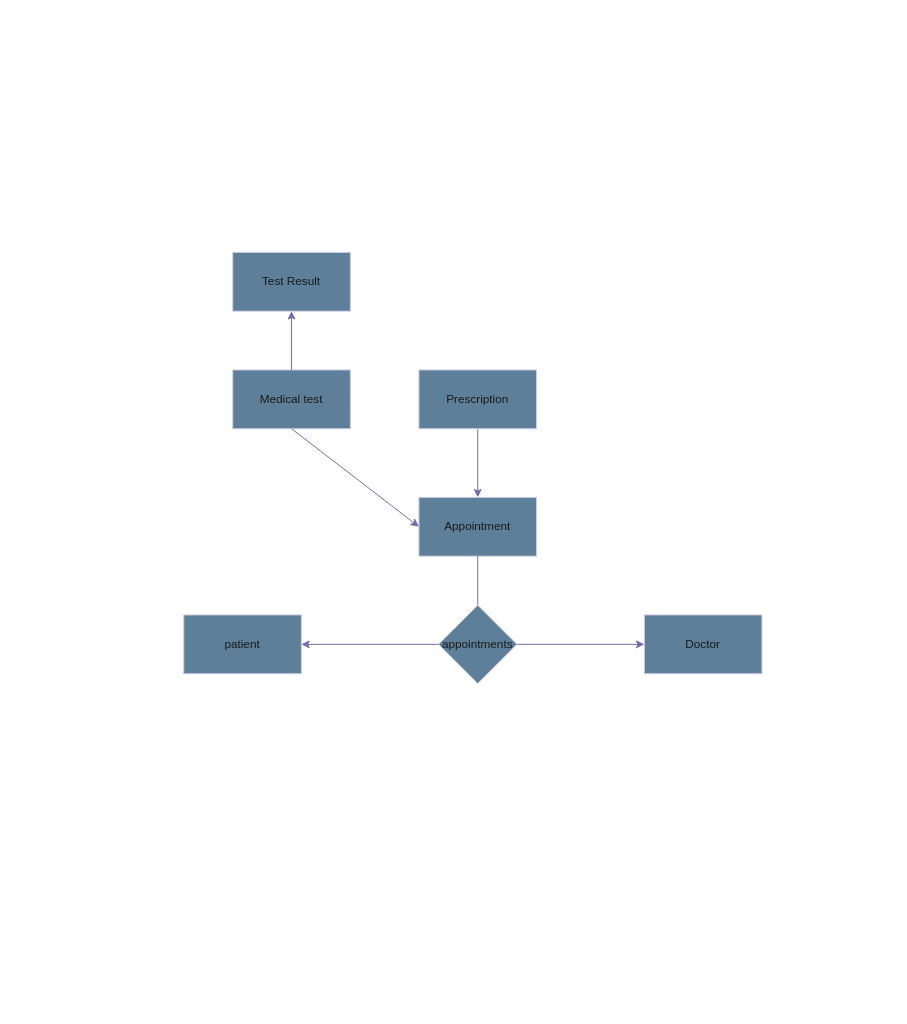
StianVR/DAT220 keeps this draw.io diagram as page "1.2" (2 of 3) of Untitled Diagram.drawio. Above is the earlier version. Source tidied: cells renumbered, new cells numbered last; positions are measured from the earlier drawing's top-left corner, leaving out a move shared by most shapes. Both pictures are drawn from the tidied source at 98%, with x=0, y=0 at pixel (183, 252).
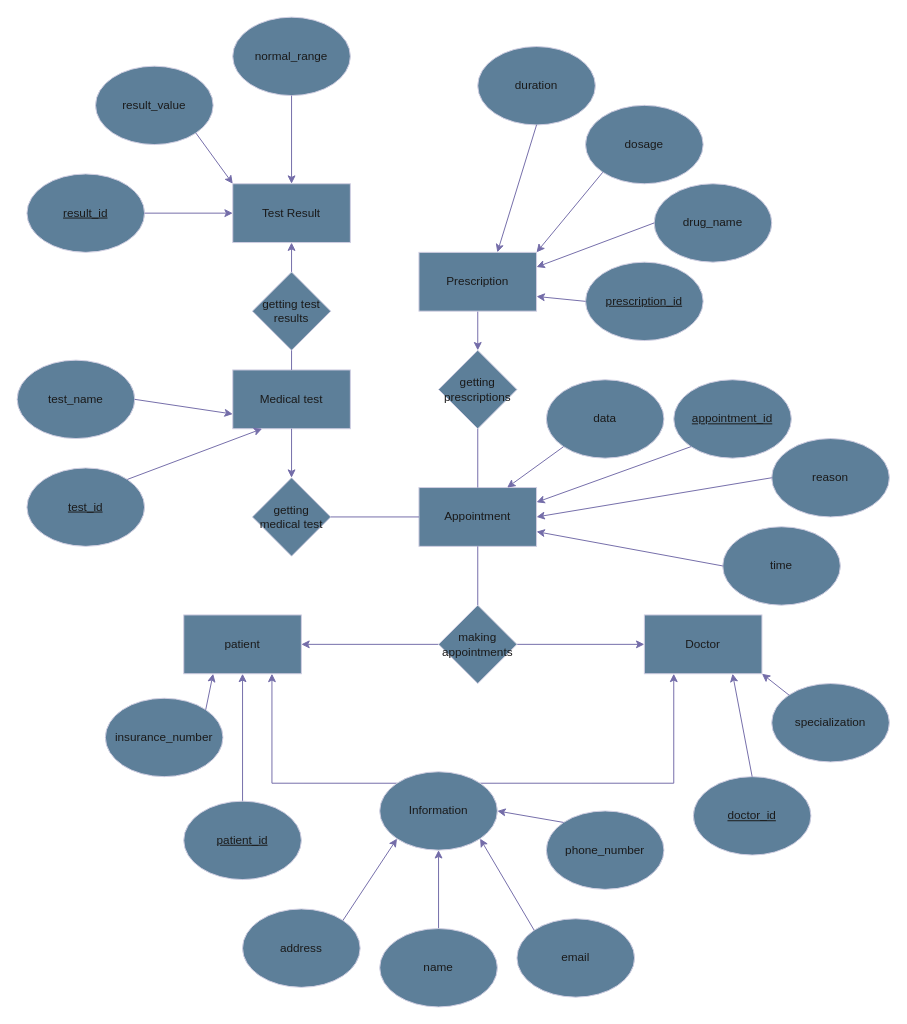
After the change.

The change refers to these unchanged cells:
```xml
<mxCell id="2" value="patient" style="rounded=0;whiteSpace=wrap;html=1;labelBackgroundColor=none;fillColor=#5D7F99;strokeColor=#D0CEE2;fontColor=#1A1A1A;" parent="1" vertex="1">
  <mxGeometry y="370" width="120" height="60" as="geometry" />
</mxCell>
<mxCell id="3" value="Doctor" style="rounded=0;whiteSpace=wrap;html=1;labelBackgroundColor=none;fillColor=#5D7F99;strokeColor=#D0CEE2;fontColor=#1A1A1A;" parent="1" vertex="1">
  <mxGeometry x="470" y="370" width="120" height="60" as="geometry" />
</mxCell>
<mxCell id="5" value="Medical test" style="rounded=0;whiteSpace=wrap;html=1;labelBackgroundColor=none;fillColor=#5D7F99;strokeColor=#D0CEE2;fontColor=#1A1A1A;" parent="1" vertex="1">
  <mxGeometry x="50" y="120" width="120" height="60" as="geometry" />
</mxCell>
```

The edit, as a diff of the source:
```diff
@@
     <mxCell id="4" value="Appointment" style="rounded=0;whiteSpace=wrap;html=1;labelBackgroundColor=none;fillColor=#5D7F99;strokeColor=#D0CEE2;fontColor=#1A1A1A;" parent="1" vertex="1">
-      <mxGeometry x="240" y="250" width="120" height="60" as="geometry" />
+      <mxGeometry x="240" y="240" width="120" height="60" as="geometry" />
     </mxCell>
@@
     <mxCell id="6" value="Test Result" style="rounded=0;whiteSpace=wrap;html=1;labelBackgroundColor=none;fillColor=#5D7F99;strokeColor=#D0CEE2;fontColor=#1A1A1A;" parent="1" vertex="1">
-      <mxGeometry x="50" width="120" height="60" as="geometry" />
+      <mxGeometry x="50" y="-70" width="120" height="60" as="geometry" />
     </mxCell>
-    <mxCell id="7" style="edgeStyle=orthogonalEdgeStyle;rounded=0;jettySize=auto;html=1;strokeColor=#736CA8;fontColor=#1A1A1A;entryX=0.5;entryY=0;entryDx=0;entryDy=0;" parent="1" edge="1" source="8" target="4">
+    <mxCell id="7" style="edgeStyle=orthogonalEdgeStyle;rounded=0;jettySize=auto;html=1;strokeColor=#736CA8;fontColor=#1A1A1A;entryX=0.5;entryY=0;entryDx=0;entryDy=0;" parent="1" edge="1" source="8" target="15">
       <mxGeometry relative="1" as="geometry" />
     </mxCell>
     <mxCell id="8" value="Prescription" style="rounded=0;whiteSpace=wrap;html=1;labelBackgroundColor=none;fillColor=#5D7F99;strokeColor=#D0CEE2;fontColor=#1A1A1A;" parent="1" vertex="1">
-      <mxGeometry x="240" y="120" width="120" height="60" as="geometry" />
+      <mxGeometry x="240" width="120" height="60" as="geometry" />
     </mxCell>
@@
-    <mxCell id="11" value="appointments" style="rhombus;whiteSpace=wrap;html=1;labelBackgroundColor=none;fillColor=#5D7F99;strokeColor=#D0CEE2;fontColor=#1A1A1A;" parent="1" vertex="1">
+    <mxCell id="11" value="making&lt;br&gt;appointments" style="rhombus;whiteSpace=wrap;html=1;labelBackgroundColor=none;fillColor=#5D7F99;strokeColor=#D0CEE2;fontColor=#1A1A1A;" parent="1" vertex="1">
       <mxGeometry x="260" y="360" width="80" height="80" as="geometry" />
     </mxCell>
@@
-    <mxCell id="13" style="endArrow=classic;html=1;rounded=0;strokeColor=#736CA8;fontColor=#1A1A1A;exitX=0.5;exitY=1;exitDx=0;exitDy=0;entryX=0;entryY=0.5;entryDx=0;entryDy=0;" parent="1" edge="1" source="5" target="4">
+    <mxCell id="13" style="endArrow=classic;html=1;rounded=0;strokeColor=#736CA8;fontColor=#1A1A1A;exitX=0.5;exitY=1;exitDx=0;exitDy=0;entryX=0.5;entryY=0;entryDx=0;entryDy=0;" parent="1" edge="1" source="5" target="17">
       <mxGeometry relative="1" as="geometry" />
     </mxCell>
-    <mxCell id="14" style="endArrow=classic;html=1;rounded=0;strokeColor=#736CA8;fontColor=#1A1A1A;exitX=0.5;exitY=0;exitDx=0;exitDy=0;entryX=0.5;entryY=1;entryDx=0;entryDy=0;" parent="1" edge="1" source="5" target="6">
-      <mxGeometry relative="1" as="geometry" />
-    </mxCell>
+    <mxCell id="15" value="getting prescriptions" style="rhombus;whiteSpace=wrap;html=1;strokeColor=#D0CEE2;fontColor=#1A1A1A;fillColor=#5D7F99;" parent="1" vertex="1">
+      <mxGeometry x="260" y="100" width="80" height="80" as="geometry" />
+    </mxCell>
+    <mxCell id="16" style="endArrow=none;html=1;rounded=0;strokeColor=#736CA8;fontColor=#1A1A1A;exitX=0.5;exitY=0;exitDx=0;exitDy=0;entryX=0.5;entryY=1;entryDx=0;entryDy=0;" parent="1" edge="1" source="4" target="15">
+      <mxGeometry relative="1" as="geometry" />
+    </mxCell>
+    <mxCell id="17" value="getting medical test" style="rhombus;whiteSpace=wrap;html=1;strokeColor=#D0CEE2;fontColor=#1A1A1A;fillColor=#5D7F99;" parent="1" vertex="1">
+      <mxGeometry x="70" y="230" width="80" height="80" as="geometry" />
+    </mxCell>
+    <mxCell id="18" style="endArrow=none;html=1;rounded=0;strokeColor=#736CA8;fontColor=#1A1A1A;exitX=1;exitY=0.5;exitDx=0;exitDy=0;entryX=0;entryY=0.5;entryDx=0;entryDy=0;" parent="1" edge="1" source="17" target="4">
+      <mxGeometry relative="1" as="geometry" />
+    </mxCell>
+    <mxCell id="19" style="edgeStyle=orthogonalEdgeStyle;rounded=0;jettySize=auto;html=1;exitX=0.5;exitY=0;exitDx=0;exitDy=0;entryX=0.5;entryY=1;entryDx=0;entryDy=0;strokeColor=#736CA8;fontColor=#1A1A1A;" parent="1" edge="1" source="20" target="6">
+      <mxGeometry relative="1" as="geometry" />
+    </mxCell>
+    <mxCell id="20" value="getting test results" style="rhombus;whiteSpace=wrap;html=1;strokeColor=#D0CEE2;fontColor=#1A1A1A;fillColor=#5D7F99;" parent="1" vertex="1">
+      <mxGeometry x="70" y="20" width="80" height="80" as="geometry" />
+    </mxCell>
+    <mxCell id="21" style="endArrow=none;html=1;rounded=0;strokeColor=#736CA8;fontColor=#1A1A1A;exitX=0.5;exitY=0;exitDx=0;exitDy=0;entryX=0.5;entryY=1;entryDx=0;entryDy=0;" parent="1" edge="1" source="5" target="20">
+      <mxGeometry relative="1" as="geometry" />
+    </mxCell>
+    <mxCell id="22" style="edgeStyle=orthogonalEdgeStyle;rounded=0;jettySize=auto;html=1;exitX=0.5;exitY=0;exitDx=0;exitDy=0;entryX=0.5;entryY=1;entryDx=0;entryDy=0;strokeColor=#736CA8;fontColor=#1A1A1A;" parent="1" edge="1" source="23" target="2">
+      <mxGeometry relative="1" as="geometry" />
+    </mxCell>
+    <mxCell id="23" value="&lt;u&gt;patient_id&lt;/u&gt;" style="ellipse;whiteSpace=wrap;html=1;strokeColor=#D0CEE2;fontColor=#1A1A1A;fillColor=#5D7F99;" parent="1" vertex="1">
+      <mxGeometry y="560" width="120" height="80" as="geometry" />
+    </mxCell>
+    <mxCell id="24" style="edgeStyle=orthogonalEdgeStyle;rounded=0;jettySize=auto;html=1;strokeColor=#736CA8;fontColor=#1A1A1A;" parent="1" edge="1" source="25" target="28">
+      <mxGeometry relative="1" as="geometry" />
+    </mxCell>
+    <mxCell id="25" value="name" style="ellipse;whiteSpace=wrap;html=1;strokeColor=#D0CEE2;fontColor=#1A1A1A;fillColor=#5D7F99;" parent="1" vertex="1">
+      <mxGeometry x="200" y="690" width="120" height="80" as="geometry" />
+    </mxCell>
+    <mxCell id="26" style="edgeStyle=orthogonalEdgeStyle;rounded=0;jettySize=auto;html=1;exitX=0;exitY=0;exitDx=0;exitDy=0;entryX=0.75;entryY=1;entryDx=0;entryDy=0;strokeColor=#736CA8;fontColor=#1A1A1A;" parent="1" edge="1" source="28" target="2">
+      <mxGeometry relative="1" as="geometry" />
+    </mxCell>
+    <mxCell id="27" style="edgeStyle=orthogonalEdgeStyle;rounded=0;jettySize=auto;html=1;exitX=1;exitY=0;exitDx=0;exitDy=0;entryX=0.25;entryY=1;entryDx=0;entryDy=0;strokeColor=#736CA8;fontColor=#1A1A1A;" parent="1" edge="1" source="28" target="3">
+      <mxGeometry relative="1" as="geometry" />
+    </mxCell>
+    <mxCell id="28" value="Information" style="ellipse;whiteSpace=wrap;html=1;strokeColor=#D0CEE2;fontColor=#1A1A1A;fillColor=#5D7F99;" parent="1" vertex="1">
+      <mxGeometry x="200" y="530" width="120" height="80" as="geometry" />
+    </mxCell>
+    <mxCell id="29" value="address" style="ellipse;whiteSpace=wrap;html=1;strokeColor=#D0CEE2;fontColor=#1A1A1A;fillColor=#5D7F99;" parent="1" vertex="1">
+      <mxGeometry x="60" y="670" width="120" height="80" as="geometry" />
+    </mxCell>
+    <mxCell id="30" value="email" style="ellipse;whiteSpace=wrap;html=1;strokeColor=#D0CEE2;fontColor=#1A1A1A;fillColor=#5D7F99;" parent="1" vertex="1">
+      <mxGeometry x="340" y="680" width="120" height="80" as="geometry" />
+    </mxCell>
+    <mxCell id="31" value="phone_number" style="ellipse;whiteSpace=wrap;html=1;strokeColor=#D0CEE2;fontColor=#1A1A1A;fillColor=#5D7F99;" parent="1" vertex="1">
+      <mxGeometry x="370" y="570" width="120" height="80" as="geometry" />
+    </mxCell>
+    <mxCell id="32" style="endArrow=classic;html=1;rounded=0;strokeColor=#736CA8;fontColor=#1A1A1A;exitX=1;exitY=0;exitDx=0;exitDy=0;entryX=0;entryY=1;entryDx=0;entryDy=0;" parent="1" edge="1" source="29" target="28">
+      <mxGeometry relative="1" as="geometry" />
+    </mxCell>
+    <mxCell id="33" style="endArrow=classic;html=1;rounded=0;strokeColor=#736CA8;fontColor=#1A1A1A;exitX=0;exitY=0;exitDx=0;exitDy=0;entryX=1;entryY=1;entryDx=0;entryDy=0;" parent="1" edge="1" source="30" target="28">
+      <mxGeometry relative="1" as="geometry" />
+    </mxCell>
+    <mxCell id="34" style="endArrow=classic;html=1;rounded=0;strokeColor=#736CA8;fontColor=#1A1A1A;exitX=0;exitY=0;exitDx=0;exitDy=0;entryX=1;entryY=0.5;entryDx=0;entryDy=0;" parent="1" edge="1" source="31" target="28">
+      <mxGeometry relative="1" as="geometry" />
+    </mxCell>
+    <mxCell id="35" value="insurance_number" style="ellipse;whiteSpace=wrap;html=1;strokeColor=#D0CEE2;fontColor=#1A1A1A;fillColor=#5D7F99;" parent="1" vertex="1">
+      <mxGeometry x="-80" y="455" width="120" height="80" as="geometry" />
+    </mxCell>
+    <mxCell id="36" style="endArrow=classic;html=1;rounded=0;strokeColor=#736CA8;fontColor=#1A1A1A;exitX=1;exitY=0;exitDx=0;exitDy=0;entryX=0.25;entryY=1;entryDx=0;entryDy=0;" parent="1" edge="1" source="35" target="2">
+      <mxGeometry relative="1" as="geometry" />
+    </mxCell>
+    <mxCell id="37" value="specialization" style="ellipse;whiteSpace=wrap;html=1;strokeColor=#D0CEE2;fontColor=#1A1A1A;fillColor=#5D7F99;" parent="1" vertex="1">
+      <mxGeometry x="600" y="440" width="120" height="80" as="geometry" />
+    </mxCell>
+    <mxCell id="38" style="endArrow=classic;html=1;rounded=0;strokeColor=#736CA8;fontColor=#1A1A1A;exitX=0;exitY=0;exitDx=0;exitDy=0;entryX=1;entryY=1;entryDx=0;entryDy=0;" parent="1" edge="1" source="37" target="3">
+      <mxGeometry relative="1" as="geometry" />
+    </mxCell>
+    <mxCell id="39" value="&lt;u&gt;appointment_id&lt;/u&gt;" style="ellipse;whiteSpace=wrap;html=1;strokeColor=#D0CEE2;fontColor=#1A1A1A;fillColor=#5D7F99;" parent="1" vertex="1">
+      <mxGeometry x="500" y="130" width="120" height="80" as="geometry" />
+    </mxCell>
+    <mxCell id="40" value="data" style="ellipse;whiteSpace=wrap;html=1;strokeColor=#D0CEE2;fontColor=#1A1A1A;fillColor=#5D7F99;" parent="1" vertex="1">
+      <mxGeometry x="370" y="130" width="120" height="80" as="geometry" />
+    </mxCell>
+    <mxCell id="41" value="time" style="ellipse;whiteSpace=wrap;html=1;strokeColor=#D0CEE2;fontColor=#1A1A1A;fillColor=#5D7F99;" parent="1" vertex="1">
+      <mxGeometry x="550" y="280" width="120" height="80" as="geometry" />
+    </mxCell>
+    <mxCell id="42" value="reason" style="ellipse;whiteSpace=wrap;html=1;strokeColor=#D0CEE2;fontColor=#1A1A1A;fillColor=#5D7F99;" parent="1" vertex="1">
+      <mxGeometry x="600" y="190" width="120" height="80" as="geometry" />
+    </mxCell>
+    <mxCell id="43" style="endArrow=classic;html=1;rounded=0;strokeColor=#736CA8;fontColor=#1A1A1A;exitX=0;exitY=1;exitDx=0;exitDy=0;entryX=0.75;entryY=0;entryDx=0;entryDy=0;" parent="1" edge="1" source="40" target="4">
+      <mxGeometry relative="1" as="geometry" />
+    </mxCell>
+    <mxCell id="44" style="endArrow=classic;html=1;rounded=0;strokeColor=#736CA8;fontColor=#1A1A1A;exitX=0;exitY=0.5;exitDx=0;exitDy=0;entryX=1;entryY=0.75;entryDx=0;entryDy=0;" parent="1" edge="1" source="41" target="4">
+      <mxGeometry relative="1" as="geometry" />
+    </mxCell>
+    <mxCell id="45" style="endArrow=classic;html=1;rounded=0;strokeColor=#736CA8;fontColor=#1A1A1A;exitX=0;exitY=0.5;exitDx=0;exitDy=0;entryX=1;entryY=0.5;entryDx=0;entryDy=0;" parent="1" edge="1" source="42" target="4">
+      <mxGeometry relative="1" as="geometry" />
+    </mxCell>
+    <mxCell id="46" style="endArrow=classic;html=1;rounded=0;strokeColor=#736CA8;fontColor=#1A1A1A;exitX=0;exitY=1;exitDx=0;exitDy=0;entryX=1;entryY=0.25;entryDx=0;entryDy=0;" parent="1" edge="1" source="39" target="4">
+      <mxGeometry relative="1" as="geometry" />
+    </mxCell>
+    <mxCell id="47" value="&lt;u&gt;test_id&lt;/u&gt;" style="ellipse;whiteSpace=wrap;html=1;strokeColor=#D0CEE2;fontColor=#1A1A1A;fillColor=#5D7F99;" parent="1" vertex="1">
+      <mxGeometry x="-160" y="220" width="120" height="80" as="geometry" />
+    </mxCell>
+    <mxCell id="48" value="test_name" style="ellipse;whiteSpace=wrap;html=1;strokeColor=#D0CEE2;fontColor=#1A1A1A;fillColor=#5D7F99;" parent="1" vertex="1">
+      <mxGeometry x="-170" y="110" width="120" height="80" as="geometry" />
+    </mxCell>
+    <mxCell id="49" style="endArrow=classic;html=1;rounded=0;strokeColor=#736CA8;fontColor=#1A1A1A;exitX=1;exitY=0;exitDx=0;exitDy=0;entryX=0.25;entryY=1;entryDx=0;entryDy=0;" parent="1" edge="1" source="47" target="5">
+      <mxGeometry relative="1" as="geometry" />
+    </mxCell>
+    <mxCell id="50" style="endArrow=classic;html=1;rounded=0;strokeColor=#736CA8;fontColor=#1A1A1A;exitX=1;exitY=0.5;exitDx=0;exitDy=0;entryX=0;entryY=0.75;entryDx=0;entryDy=0;" parent="1" edge="1" source="48" target="5">
+      <mxGeometry relative="1" as="geometry" />
+    </mxCell>
+    <mxCell id="51" value="&lt;u&gt;prescription_id&lt;/u&gt;" style="ellipse;whiteSpace=wrap;html=1;strokeColor=#D0CEE2;fontColor=#1A1A1A;fillColor=#5D7F99;" parent="1" vertex="1">
+      <mxGeometry x="410" y="10" width="120" height="80" as="geometry" />
+    </mxCell>
+    <mxCell id="52" value="drug_name" style="ellipse;whiteSpace=wrap;html=1;strokeColor=#D0CEE2;fontColor=#1A1A1A;fillColor=#5D7F99;" parent="1" vertex="1">
+      <mxGeometry x="480" y="-70" width="120" height="80" as="geometry" />
+    </mxCell>
+    <mxCell id="53" value="dosage" style="ellipse;whiteSpace=wrap;html=1;strokeColor=#D0CEE2;fontColor=#1A1A1A;fillColor=#5D7F99;" parent="1" vertex="1">
+      <mxGeometry x="410" y="-150" width="120" height="80" as="geometry" />
+    </mxCell>
+    <mxCell id="54" value="duration" style="ellipse;whiteSpace=wrap;html=1;strokeColor=#D0CEE2;fontColor=#1A1A1A;fillColor=#5D7F99;" parent="1" vertex="1">
+      <mxGeometry x="300" y="-210" width="120" height="80" as="geometry" />
+    </mxCell>
+    <mxCell id="55" style="endArrow=classic;html=1;rounded=0;strokeColor=#736CA8;fontColor=#1A1A1A;exitX=0;exitY=0.5;exitDx=0;exitDy=0;entryX=1;entryY=0.75;entryDx=0;entryDy=0;" parent="1" edge="1" source="51" target="8">
+      <mxGeometry relative="1" as="geometry" />
+    </mxCell>
+    <mxCell id="56" style="endArrow=classic;html=1;rounded=0;strokeColor=#736CA8;fontColor=#1A1A1A;exitX=0;exitY=0.5;exitDx=0;exitDy=0;entryX=1;entryY=0.25;entryDx=0;entryDy=0;" parent="1" edge="1" source="52" target="8">
+      <mxGeometry relative="1" as="geometry" />
+    </mxCell>
+    <mxCell id="57" style="endArrow=classic;html=1;rounded=0;strokeColor=#736CA8;fontColor=#1A1A1A;exitX=0;exitY=1;exitDx=0;exitDy=0;entryX=1;entryY=0;entryDx=0;entryDy=0;" parent="1" edge="1" source="53" target="8">
+      <mxGeometry relative="1" as="geometry" />
+    </mxCell>
+    <mxCell id="58" style="endArrow=classic;html=1;rounded=0;strokeColor=#736CA8;fontColor=#1A1A1A;exitX=0.5;exitY=1;exitDx=0;exitDy=0;" parent="1" edge="1" source="54">
+      <mxGeometry relative="1" as="geometry">
+        <mxPoint x="320" as="targetPoint" />
+      </mxGeometry>
+    </mxCell>
+    <mxCell id="59" value="normal_range" style="ellipse;whiteSpace=wrap;html=1;strokeColor=#D0CEE2;fontColor=#1A1A1A;fillColor=#5D7F99;" parent="1" vertex="1">
+      <mxGeometry x="50" y="-240" width="120" height="80" as="geometry" />
+    </mxCell>
+    <mxCell id="60" value="&lt;u&gt;result_id&lt;/u&gt;" style="ellipse;whiteSpace=wrap;html=1;strokeColor=#D0CEE2;fontColor=#1A1A1A;fillColor=#5D7F99;" parent="1" vertex="1">
+      <mxGeometry x="-160" y="-80" width="120" height="80" as="geometry" />
+    </mxCell>
+    <mxCell id="61" value="result_value" style="ellipse;whiteSpace=wrap;html=1;strokeColor=#D0CEE2;fontColor=#1A1A1A;fillColor=#5D7F99;" parent="1" vertex="1">
+      <mxGeometry x="-90" y="-190" width="120" height="80" as="geometry" />
+    </mxCell>
+    <mxCell id="62" style="endArrow=classic;html=1;rounded=0;strokeColor=#736CA8;fontColor=#1A1A1A;exitX=1;exitY=1;exitDx=0;exitDy=0;" parent="1" edge="1" source="61">
+      <mxGeometry relative="1" as="geometry">
+        <mxPoint x="50" y="-70" as="targetPoint" />
+      </mxGeometry>
+    </mxCell>
+    <mxCell id="63" style="endArrow=classic;html=1;rounded=0;strokeColor=#736CA8;fontColor=#1A1A1A;exitX=0.5;exitY=1;exitDx=0;exitDy=0;entryX=0.5;entryY=0;entryDx=0;entryDy=0;" parent="1" edge="1" source="59" target="6">
+      <mxGeometry relative="1" as="geometry" />
+    </mxCell>
+    <mxCell id="64" style="endArrow=classic;html=1;rounded=0;strokeColor=#736CA8;fontColor=#1A1A1A;exitX=1;exitY=0.5;exitDx=0;exitDy=0;entryX=0;entryY=0.5;entryDx=0;entryDy=0;" parent="1" edge="1" source="60" target="6">
+      <mxGeometry relative="1" as="geometry" />
+    </mxCell>
+    <mxCell id="65" value="&lt;u&gt;doctor_id&lt;/u&gt;" style="ellipse;whiteSpace=wrap;html=1;strokeColor=#D0CEE2;fontColor=#1A1A1A;fillColor=#5D7F99;" parent="1" vertex="1">
+      <mxGeometry x="520" y="535" width="120" height="80" as="geometry" />
+    </mxCell>
+    <mxCell id="66" style="endArrow=classic;html=1;rounded=0;strokeColor=#736CA8;fontColor=#1A1A1A;exitX=0.5;exitY=0;exitDx=0;exitDy=0;entryX=0.75;entryY=1;entryDx=0;entryDy=0;" parent="1" edge="1" source="65" target="3">
+      <mxGeometry relative="1" as="geometry" />
+    </mxCell>
```
